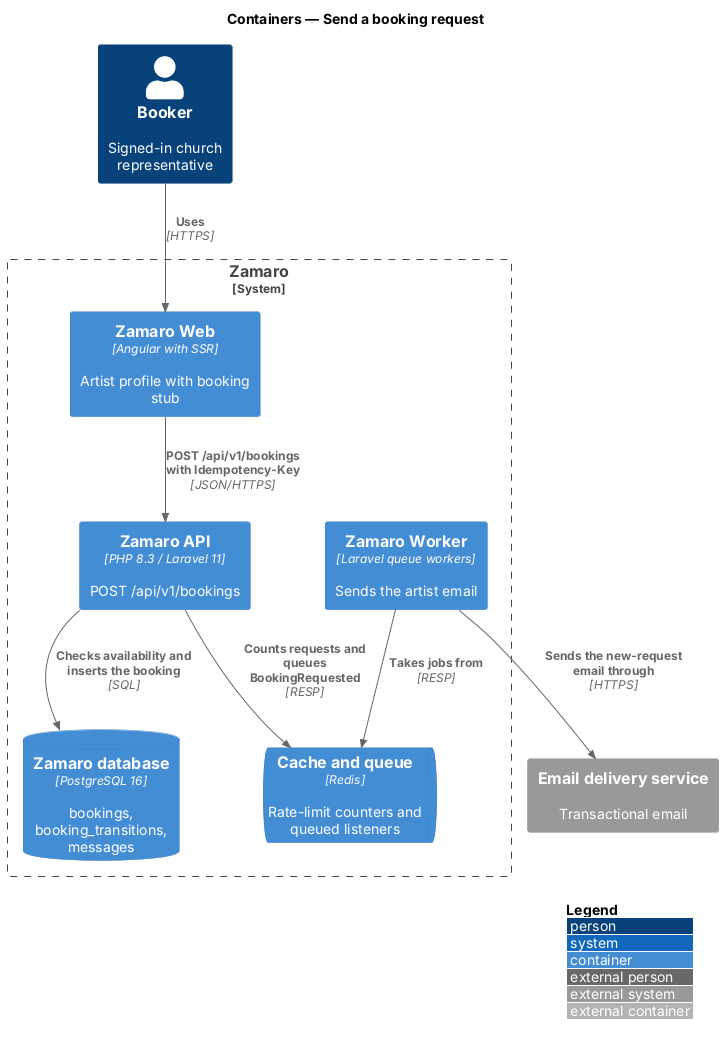
The PlantUML diagram docs/detailed-designs/bookings/send-booking-request/diagrams/c4-container.png in QuinntyneBrown/zamaro, before a commit. The source it was exported from:
```plantuml
@startuml
!include <C4/C4_Container>
LAYOUT_WITH_LEGEND()
title Containers — Send a booking request

Person(booker, "Booker", "Signed-in church representative")
System_Ext(email, "Email delivery service", "Transactional email")
System_Boundary(zamaro, "Zamaro") {
  Container(web, "Zamaro Web", "Angular with SSR", "Artist profile with booking stub")
  Container(api, "Zamaro API", "PHP 8.3 / Laravel 11", "POST /api/v1/bookings")
  Container(worker, "Zamaro Worker", "Laravel queue workers", "Sends the artist email")
  ContainerDb(db, "Zamaro database", "PostgreSQL 16", "bookings, booking_transitions, messages")
  ContainerQueue(queue, "Cache and queue", "Redis", "Rate-limit counters and queued listeners")
}
Rel(booker, web, "Uses", "HTTPS")
Rel(web, api, "POST /api/v1/bookings with Idempotency-Key", "JSON/HTTPS")
Rel(api, db, "Checks availability and inserts the booking", "SQL")
Rel(api, queue, "Counts requests and queues BookingRequested", "RESP")
Rel(worker, queue, "Takes jobs from", "RESP")
Rel(worker, email, "Sends the new-request email through", "HTTPS")
@enduml
```
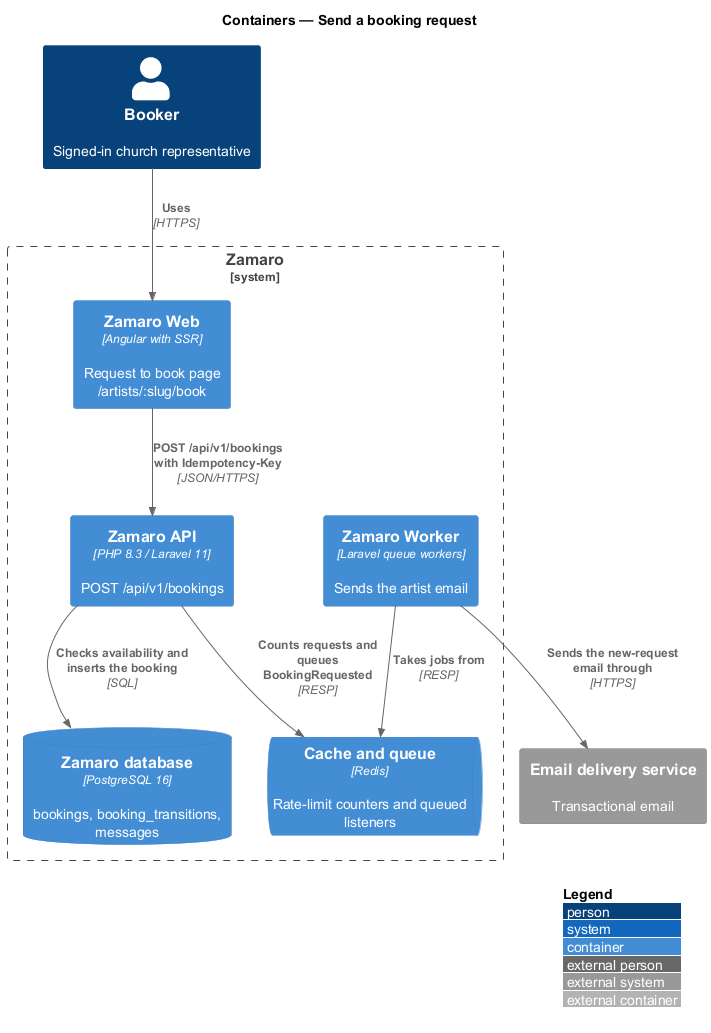
After the change.

What changed in the source:
```diff
@@ -6,7 +6,7 @@
 Person(booker, "Booker", "Signed-in church representative")
 System_Ext(email, "Email delivery service", "Transactional email")
 System_Boundary(zamaro, "Zamaro") {
-  Container(web, "Zamaro Web", "Angular with SSR", "Artist profile with booking stub")
+  Container(web, "Zamaro Web", "Angular with SSR", "Request to book page /artists/:slug/book")
   Container(api, "Zamaro API", "PHP 8.3 / Laravel 11", "POST /api/v1/bookings")
   Container(worker, "Zamaro Worker", "Laravel queue workers", "Sends the artist email")
   ContainerDb(db, "Zamaro database", "PostgreSQL 16", "bookings, booking_transitions, messages")
```
